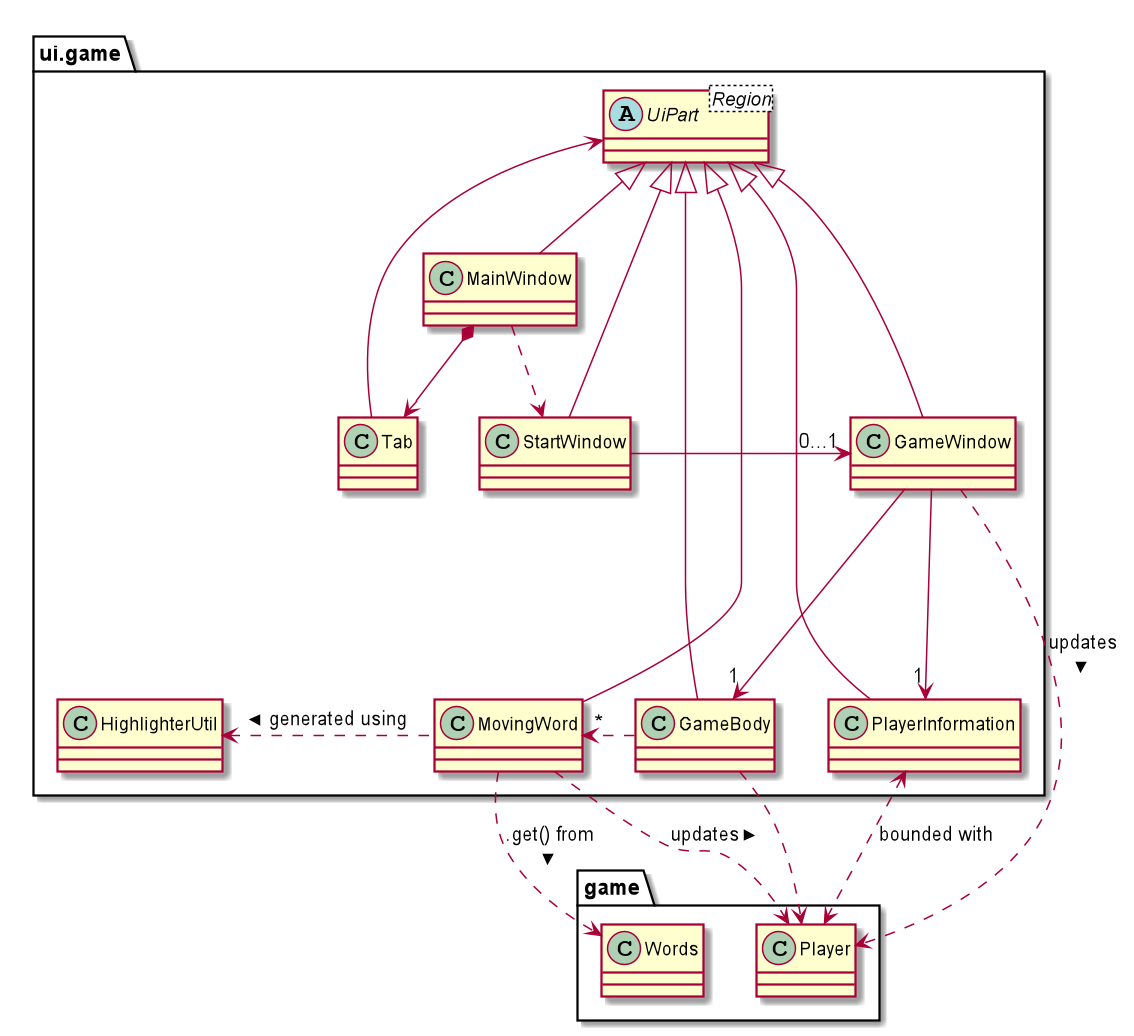
The PlantUML diagram docs/images/GameWindowClassDiagram.png in nus-cs2103-AY1920S1/addressbook-level3, before a commit.
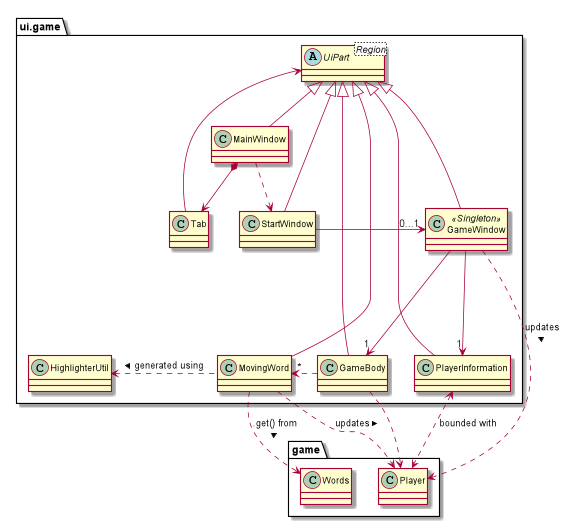
Later version of the same file.

Diff of the diagram source:
```diff
@@ -4,7 +4,7 @@
     class Tab
     class MainWindow
     abstract class UiPart<Region>
-    class GameWindow
+    class GameWindow <<Singleton>>
     class PlayerInformation
     class GameBody
     class MovingWord
```
